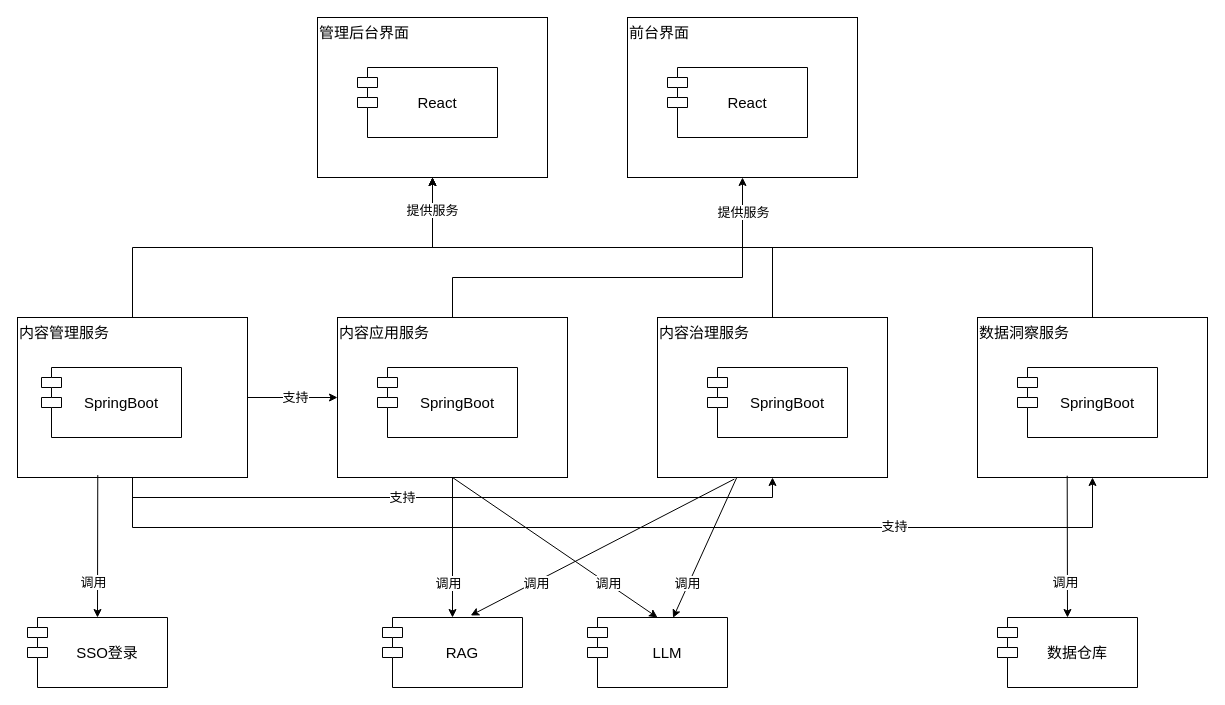
This is page "开发视图" (9 of 19) of figure/figures.drawio from jqq04/nju-thesis-2026, a draw.io file, before an edit. Source tidied: cells renumbered, new cells numbered last; positions are measured from the earlier drawing's top-left corner, leaving out a move shared by most shapes. Both pictures are drawn from the tidied source at 100%, with x=0, y=0 at pixel (17, 17).
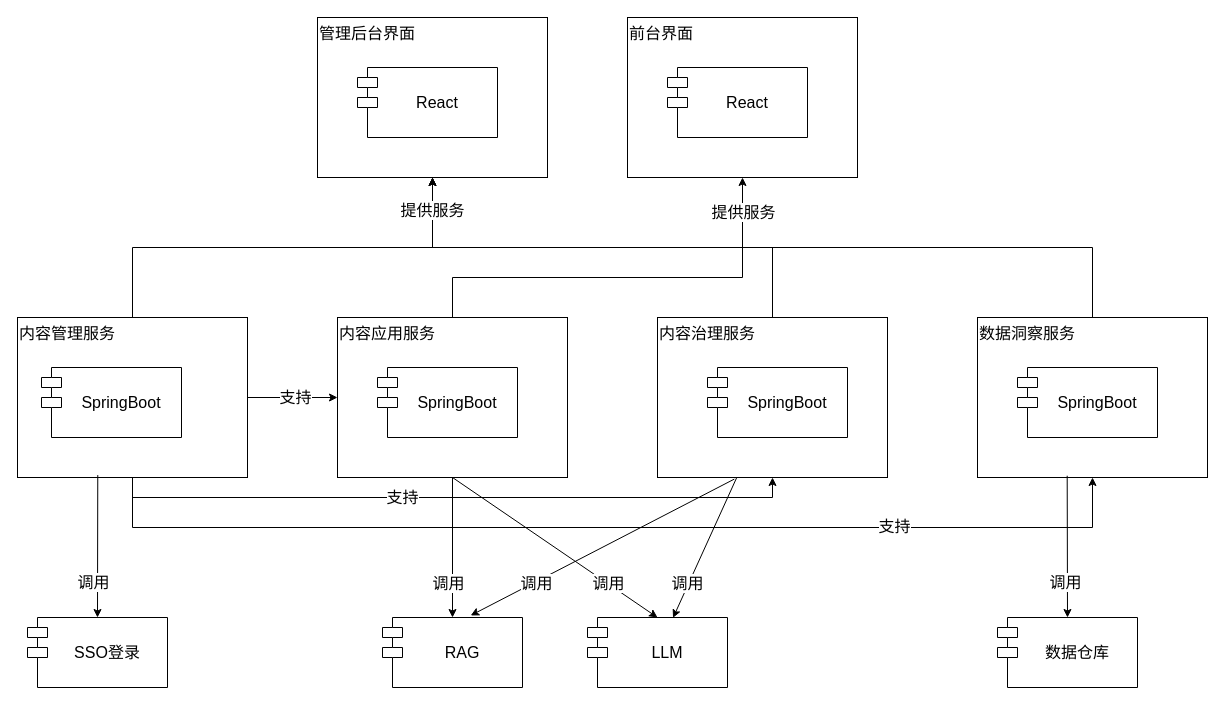
After the change.

Diff of the diagram source:
```diff
@@
-    <mxCell id="2" value="管理后台界面" style="rounded=0;whiteSpace=wrap;html=1;align=left;verticalAlign=top;fontSize=15;" parent="1" vertex="1">
+    <mxCell id="2" value="管理后台界面" style="rounded=0;whiteSpace=wrap;html=1;align=left;verticalAlign=top;fontSize=16;" parent="1" vertex="1">
       <mxGeometry x="300" width="230" height="160" as="geometry" />
     </mxCell>
-    <mxCell id="3" value="&lt;font style=&quot;font-size: 15px;&quot;&gt;React&lt;/font&gt;" style="shape=module;align=left;spacingLeft=20;align=center;verticalAlign=middle;whiteSpace=wrap;html=1;" parent="1" vertex="1">
+    <mxCell id="3" value="&lt;font&gt;React&lt;/font&gt;" style="shape=module;align=left;spacingLeft=20;align=center;verticalAlign=middle;whiteSpace=wrap;html=1;fontSize=16;" parent="1" vertex="1">
       <mxGeometry x="340" y="50" width="140" height="70" as="geometry" />
     </mxCell>
-    <mxCell id="4" value="前台界面" style="rounded=0;whiteSpace=wrap;html=1;align=left;verticalAlign=top;fontSize=15;" parent="1" vertex="1">
+    <mxCell id="4" value="前台界面" style="rounded=0;whiteSpace=wrap;html=1;align=left;verticalAlign=top;fontSize=16;" parent="1" vertex="1">
       <mxGeometry x="610" width="230" height="160" as="geometry" />
     </mxCell>
-    <mxCell id="5" value="&lt;font style=&quot;font-size: 15px;&quot;&gt;React&lt;/font&gt;" style="shape=module;align=left;spacingLeft=20;align=center;verticalAlign=middle;whiteSpace=wrap;html=1;" parent="1" vertex="1">
+    <mxCell id="5" value="&lt;font&gt;React&lt;/font&gt;" style="shape=module;align=left;spacingLeft=20;align=center;verticalAlign=middle;whiteSpace=wrap;html=1;fontSize=16;" parent="1" vertex="1">
       <mxGeometry x="650" y="50" width="140" height="70" as="geometry" />
     </mxCell>
-    <mxCell id="6" style="edgeStyle=orthogonalEdgeStyle;rounded=0;jettySize=auto;html=1;exitX=0.5;exitY=0;exitDx=0;exitDy=0;" parent="1" edge="1" source="13" target="2">
+    <mxCell id="6" style="edgeStyle=orthogonalEdgeStyle;rounded=0;jettySize=auto;html=1;exitX=0.5;exitY=0;exitDx=0;exitDy=0;fontSize=16;" parent="1" edge="1" source="13" target="2">
       <mxGeometry relative="1" as="geometry" />
     </mxCell>
-    <mxCell id="7" style="edgeStyle=orthogonalEdgeStyle;rounded=0;jettySize=auto;html=1;entryX=0;entryY=0.5;entryDx=0;entryDy=0;" parent="1" edge="1" source="13" target="22">
+    <mxCell id="7" style="edgeStyle=orthogonalEdgeStyle;rounded=0;jettySize=auto;html=1;entryX=0;entryY=0.5;entryDx=0;entryDy=0;fontSize=16;" parent="1" edge="1" source="13" target="22">
       <mxGeometry relative="1" as="geometry" />
     </mxCell>
-    <mxCell id="8" value="支持" style="edgeLabel;html=1;align=center;verticalAlign=middle;fontSize=13;" parent="7" vertex="1">
+    <mxCell id="8" value="支持" style="edgeLabel;html=1;align=center;verticalAlign=middle;fontSize=16;" parent="7" vertex="1">
       <mxGeometry x="0.04" y="1" relative="1" as="geometry" />
     </mxCell>
-    <mxCell id="9" style="edgeStyle=orthogonalEdgeStyle;rounded=0;jettySize=auto;html=1;entryX=0.5;entryY=1;entryDx=0;entryDy=0;fontSize=13;" parent="1" edge="1" source="13" target="25">
+    <mxCell id="9" style="edgeStyle=orthogonalEdgeStyle;rounded=0;jettySize=auto;html=1;entryX=0.5;entryY=1;entryDx=0;entryDy=0;fontSize=16;" parent="1" edge="1" source="13" target="25">
       <mxGeometry relative="1" as="geometry">
         <Array as="points">
           <mxPoint x="115" y="480" />
           <mxPoint x="755" y="480" />
         </Array>
       </mxGeometry>
     </mxCell>
-    <mxCell id="10" value="支持" style="edgeLabel;html=1;align=center;verticalAlign=middle;fontSize=13;" parent="9" vertex="1">
+    <mxCell id="10" value="支持" style="edgeLabel;html=1;align=center;verticalAlign=middle;fontSize=16;" parent="9" vertex="1">
       <mxGeometry x="-0.15" y="1" relative="1" as="geometry" />
     </mxCell>
-    <mxCell id="11" style="edgeStyle=orthogonalEdgeStyle;rounded=0;jettySize=auto;html=1;entryX=0.5;entryY=1;entryDx=0;entryDy=0;" parent="1" edge="1" source="13" target="29">
+    <mxCell id="11" style="edgeStyle=orthogonalEdgeStyle;rounded=0;jettySize=auto;html=1;entryX=0.5;entryY=1;entryDx=0;entryDy=0;fontSize=16;" parent="1" edge="1" source="13" target="29">
       <mxGeometry relative="1" as="geometry">
         <Array as="points">
           <mxPoint x="115" y="510" />
           <mxPoint x="1075" y="510" />
         </Array>
       </mxGeometry>
     </mxCell>
-    <mxCell id="12" value="支持" style="edgeLabel;html=1;align=center;verticalAlign=middle;fontSize=13;" parent="11" vertex="1">
+    <mxCell id="12" value="支持" style="edgeLabel;html=1;align=center;verticalAlign=middle;fontSize=16;" parent="11" vertex="1">
       <mxGeometry x="0.53" y="2" relative="1" as="geometry" />
     </mxCell>
-    <mxCell id="13" value="内容管理服务" style="rounded=0;whiteSpace=wrap;html=1;align=left;verticalAlign=top;fontSize=15;" parent="1" vertex="1">
+    <mxCell id="13" value="内容管理服务" style="rounded=0;whiteSpace=wrap;html=1;align=left;verticalAlign=top;fontSize=16;" parent="1" vertex="1">
       <mxGeometry y="300" width="230" height="160" as="geometry" />
     </mxCell>
-    <mxCell id="14" value="&lt;span style=&quot;font-size: 15px;&quot;&gt;SpringBoot&lt;/span&gt;" style="shape=module;align=left;spacingLeft=20;align=center;verticalAlign=middle;whiteSpace=wrap;html=1;" parent="1" vertex="1">
+    <mxCell id="14" value="&lt;span&gt;SpringBoot&lt;/span&gt;" style="shape=module;align=left;spacingLeft=20;align=center;verticalAlign=middle;whiteSpace=wrap;html=1;fontSize=16;" parent="1" vertex="1">
       <mxGeometry x="24" y="350" width="140" height="70" as="geometry" />
     </mxCell>
-    <mxCell id="15" style="edgeStyle=orthogonalEdgeStyle;rounded=0;jettySize=auto;html=1;" parent="1" edge="1" source="22" target="4">
+    <mxCell id="15" style="edgeStyle=orthogonalEdgeStyle;rounded=0;jettySize=auto;html=1;fontSize=16;" parent="1" edge="1" source="22" target="4">
       <mxGeometry relative="1" as="geometry">
         <Array as="points">
           <mxPoint x="435" y="260" />
           <mxPoint x="725" y="260" />
         </Array>
       </mxGeometry>
     </mxCell>
-    <mxCell id="16" style="edgeLabel;html=1;align=center;verticalAlign=middle;" parent="15" vertex="1">
-      <mxGeometry x="0.85" relative="1" as="geometry" />
-    </mxCell>
-    <mxCell id="17" value="提供服务" style="edgeLabel;html=1;align=center;verticalAlign=middle;fontSize=13;" parent="15" vertex="1">
+    <mxCell id="17" value="提供服务" style="edgeLabel;html=1;align=center;verticalAlign=middle;fontSize=16;" parent="15" vertex="1">
       <mxGeometry x="0.84" relative="1" as="geometry" />
     </mxCell>
-    <mxCell id="18" style="rounded=0;jettySize=auto;html=1;" parent="1" edge="1" source="22" target="31">
+    <mxCell id="18" style="rounded=0;jettySize=auto;html=1;fontSize=16;" parent="1" edge="1" source="22" target="31">
       <mxGeometry relative="1" as="geometry" />
     </mxCell>
-    <mxCell id="19" value="&lt;font style=&quot;font-size: 13px;&quot;&gt;调用&lt;/font&gt;" style="edgeLabel;html=1;align=center;verticalAlign=middle;" parent="18" vertex="1">
+    <mxCell id="19" value="&lt;font&gt;调用&lt;/font&gt;" style="edgeLabel;html=1;align=center;verticalAlign=middle;fontSize=16;" parent="18" vertex="1">
       <mxGeometry x="0.29" y="-3" relative="1" as="geometry">
         <mxPoint x="-2" y="15" as="offset" />
       </mxGeometry>
     </mxCell>
-    <mxCell id="20" style="rounded=0;jettySize=auto;html=1;exitX=0.5;exitY=1;exitDx=0;exitDy=0;entryX=0.5;entryY=0;entryDx=0;entryDy=0;" parent="1" edge="1" source="22" target="32">
+    <mxCell id="20" style="rounded=0;jettySize=auto;html=1;exitX=0.5;exitY=1;exitDx=0;exitDy=0;entryX=0.5;entryY=0;entryDx=0;entryDy=0;fontSize=16;" parent="1" edge="1" source="22" target="32">
       <mxGeometry relative="1" as="geometry" />
     </mxCell>
-    <mxCell id="21" value="调用" style="edgeLabel;html=1;align=center;verticalAlign=middle;fontSize=13;" parent="20" vertex="1">
+    <mxCell id="21" value="调用" style="edgeLabel;html=1;align=center;verticalAlign=middle;fontSize=16;" parent="20" vertex="1">
       <mxGeometry x="0.11" y="-1" relative="1" as="geometry">
         <mxPoint x="42" y="27" as="offset" />
       </mxGeometry>
     </mxCell>
-    <mxCell id="22" value="内容应用服务" style="rounded=0;whiteSpace=wrap;html=1;align=left;verticalAlign=top;fontSize=15;" parent="1" vertex="1">
+    <mxCell id="22" value="内容应用服务" style="rounded=0;whiteSpace=wrap;html=1;align=left;verticalAlign=top;fontSize=16;" parent="1" vertex="1">
       <mxGeometry x="320" y="300" width="230" height="160" as="geometry" />
     </mxCell>
-    <mxCell id="23" value="&lt;span style=&quot;font-size: 15px;&quot;&gt;SpringBoot&lt;/span&gt;" style="shape=module;align=left;spacingLeft=20;align=center;verticalAlign=middle;whiteSpace=wrap;html=1;" parent="1" vertex="1">
+    <mxCell id="23" value="&lt;span&gt;SpringBoot&lt;/span&gt;" style="shape=module;align=left;spacingLeft=20;align=center;verticalAlign=middle;whiteSpace=wrap;html=1;fontSize=16;" parent="1" vertex="1">
       <mxGeometry x="360" y="350" width="140" height="70" as="geometry" />
     </mxCell>
-    <mxCell id="24" style="edgeStyle=orthogonalEdgeStyle;rounded=0;jettySize=auto;html=1;entryX=0.5;entryY=1;entryDx=0;entryDy=0;" parent="1" edge="1" source="25" target="2">
+    <mxCell id="24" style="edgeStyle=orthogonalEdgeStyle;rounded=0;jettySize=auto;html=1;entryX=0.5;entryY=1;entryDx=0;entryDy=0;fontSize=16;" parent="1" edge="1" source="25" target="2">
       <mxGeometry relative="1" as="geometry">
         <Array as="points">
           <mxPoint x="755" y="230" />
           <mxPoint x="415" y="230" />
         </Array>
       </mxGeometry>
     </mxCell>
-    <mxCell id="25" value="内容治理服务" style="rounded=0;whiteSpace=wrap;html=1;align=left;verticalAlign=top;fontSize=15;" parent="1" vertex="1">
+    <mxCell id="25" value="内容治理服务" style="rounded=0;whiteSpace=wrap;html=1;align=left;verticalAlign=top;fontSize=16;" parent="1" vertex="1">
       <mxGeometry x="640" y="300" width="230" height="160" as="geometry" />
     </mxCell>
-    <mxCell id="26" value="&lt;span style=&quot;font-size: 15px;&quot;&gt;SpringBoot&lt;/span&gt;" style="shape=module;align=left;spacingLeft=20;align=center;verticalAlign=middle;whiteSpace=wrap;html=1;" parent="1" vertex="1">
+    <mxCell id="26" value="&lt;span&gt;SpringBoot&lt;/span&gt;" style="shape=module;align=left;spacingLeft=20;align=center;verticalAlign=middle;whiteSpace=wrap;html=1;fontSize=16;" parent="1" vertex="1">
       <mxGeometry x="690" y="350" width="140" height="70" as="geometry" />
     </mxCell>
-    <mxCell id="27" style="edgeStyle=orthogonalEdgeStyle;rounded=0;jettySize=auto;html=1;entryX=0.5;entryY=1;entryDx=0;entryDy=0;" parent="1" edge="1" source="29" target="2">
+    <mxCell id="27" style="edgeStyle=orthogonalEdgeStyle;rounded=0;jettySize=auto;html=1;entryX=0.5;entryY=1;entryDx=0;entryDy=0;fontSize=16;" parent="1" edge="1" source="29" target="2">
       <mxGeometry relative="1" as="geometry">
         <Array as="points">
           <mxPoint x="1075" y="230" />
           <mxPoint x="415" y="230" />
         </Array>
       </mxGeometry>
     </mxCell>
-    <mxCell id="28" value="提供服务" style="edgeLabel;html=1;align=center;verticalAlign=middle;fontSize=13;" parent="27" vertex="1">
+    <mxCell id="28" value="提供服务" style="edgeLabel;html=1;align=center;verticalAlign=middle;fontSize=16;" parent="27" vertex="1">
       <mxGeometry x="0.92" y="1" relative="1" as="geometry" />
     </mxCell>
-    <mxCell id="29" value="数据洞察服务" style="rounded=0;whiteSpace=wrap;html=1;align=left;verticalAlign=top;fontSize=15;" parent="1" vertex="1">
+    <mxCell id="29" value="数据洞察服务" style="rounded=0;whiteSpace=wrap;html=1;align=left;verticalAlign=top;fontSize=16;" parent="1" vertex="1">
       <mxGeometry x="960" y="300" width="230" height="160" as="geometry" />
     </mxCell>
-    <mxCell id="30" value="&lt;span style=&quot;font-size: 15px;&quot;&gt;SpringBoot&lt;/span&gt;" style="shape=module;align=left;spacingLeft=20;align=center;verticalAlign=middle;whiteSpace=wrap;html=1;" parent="1" vertex="1">
+    <mxCell id="30" value="&lt;span&gt;SpringBoot&lt;/span&gt;" style="shape=module;align=left;spacingLeft=20;align=center;verticalAlign=middle;whiteSpace=wrap;html=1;fontSize=16;" parent="1" vertex="1">
       <mxGeometry x="1000" y="350" width="140" height="70" as="geometry" />
     </mxCell>
-    <mxCell id="31" value="RAG" style="shape=module;align=left;spacingLeft=20;align=center;verticalAlign=middle;whiteSpace=wrap;html=1;fontSize=15;" parent="1" vertex="1">
+    <mxCell id="31" value="RAG" style="shape=module;align=left;spacingLeft=20;align=center;verticalAlign=middle;whiteSpace=wrap;html=1;fontSize=16;" parent="1" vertex="1">
       <mxGeometry x="365" y="600" width="140" height="70" as="geometry" />
     </mxCell>
-    <mxCell id="32" value="LLM" style="shape=module;align=left;spacingLeft=20;align=center;verticalAlign=middle;whiteSpace=wrap;html=1;fontSize=15;" parent="1" vertex="1">
+    <mxCell id="32" value="LLM" style="shape=module;align=left;spacingLeft=20;align=center;verticalAlign=middle;whiteSpace=wrap;html=1;fontSize=16;" parent="1" vertex="1">
       <mxGeometry x="570" y="600" width="140" height="70" as="geometry" />
     </mxCell>
-    <mxCell id="33" style="endArrow=classic;html=1;rounded=0;exitX=0.334;exitY=1.01;exitDx=0;exitDy=0;exitPerimeter=0;entryX=0.63;entryY=-0.029;entryDx=0;entryDy=0;entryPerimeter=0;" parent="1" edge="1" source="25" target="31">
+    <mxCell id="33" style="endArrow=classic;html=1;rounded=0;exitX=0.334;exitY=1.01;exitDx=0;exitDy=0;exitPerimeter=0;entryX=0.63;entryY=-0.029;entryDx=0;entryDy=0;entryPerimeter=0;fontSize=16;" parent="1" edge="1" source="25" target="31">
       <mxGeometry relative="1" as="geometry" />
     </mxCell>
-    <mxCell id="34" value="调用" style="edgeLabel;html=1;align=center;verticalAlign=middle;fontSize=13;" parent="33" vertex="1">
+    <mxCell id="34" value="调用" style="edgeLabel;html=1;align=center;verticalAlign=middle;fontSize=16;" parent="33" vertex="1">
       <mxGeometry x="0.5" relative="1" as="geometry">
         <mxPoint y="1" as="offset" />
       </mxGeometry>
     </mxCell>
-    <mxCell id="35" style="endArrow=classic;html=1;rounded=0;exitX=0.344;exitY=1.002;exitDx=0;exitDy=0;exitPerimeter=0;entryX=0.611;entryY=0.005;entryDx=0;entryDy=0;entryPerimeter=0;" parent="1" edge="1" source="25" target="32">
+    <mxCell id="35" style="endArrow=classic;html=1;rounded=0;exitX=0.344;exitY=1.002;exitDx=0;exitDy=0;exitPerimeter=0;entryX=0.611;entryY=0.005;entryDx=0;entryDy=0;entryPerimeter=0;fontSize=16;" parent="1" edge="1" source="25" target="32">
       <mxGeometry relative="1" as="geometry" />
     </mxCell>
-    <mxCell id="36" value="&lt;font style=&quot;font-size: 13px;&quot;&gt;调用&lt;/font&gt;" style="edgeLabel;html=1;align=center;verticalAlign=middle;" parent="35" vertex="1">
+    <mxCell id="36" value="&lt;font&gt;调用&lt;/font&gt;" style="edgeLabel;html=1;align=center;verticalAlign=middle;fontSize=16;" parent="35" vertex="1">
       <mxGeometry x="0.56" y="-1" relative="1" as="geometry">
         <mxPoint x="1" y="-4" as="offset" />
       </mxGeometry>
     </mxCell>
-    <mxCell id="37" value="数据仓库" style="shape=module;align=left;spacingLeft=20;align=center;verticalAlign=middle;whiteSpace=wrap;html=1;fontSize=15;" parent="1" vertex="1">
+    <mxCell id="37" value="数据仓库" style="shape=module;align=left;spacingLeft=20;align=center;verticalAlign=middle;whiteSpace=wrap;html=1;fontSize=16;" parent="1" vertex="1">
       <mxGeometry x="980" y="600" width="140" height="70" as="geometry" />
     </mxCell>
-    <mxCell id="38" style="endArrow=classic;html=1;rounded=0;exitX=0.39;exitY=0.989;exitDx=0;exitDy=0;exitPerimeter=0;entryX=0.5;entryY=0;entryDx=0;entryDy=0;" parent="1" edge="1" source="29" target="37">
+    <mxCell id="38" style="endArrow=classic;html=1;rounded=0;exitX=0.39;exitY=0.989;exitDx=0;exitDy=0;exitPerimeter=0;entryX=0.5;entryY=0;entryDx=0;entryDy=0;fontSize=16;" parent="1" edge="1" source="29" target="37">
       <mxGeometry relative="1" as="geometry" />
     </mxCell>
-    <mxCell id="39" value="&lt;font style=&quot;font-size: 13px;&quot;&gt;调用&lt;/font&gt;" style="edgeLabel;html=1;align=center;verticalAlign=middle;" parent="38" vertex="1">
+    <mxCell id="39" value="&lt;font&gt;调用&lt;/font&gt;" style="edgeLabel;html=1;align=center;verticalAlign=middle;fontSize=16;" parent="38" vertex="1">
       <mxGeometry x="0.46" y="1" relative="1" as="geometry">
         <mxPoint x="-3" y="3" as="offset" />
       </mxGeometry>
     </mxCell>
-    <mxCell id="40" value="SSO登录" style="shape=module;align=left;spacingLeft=20;align=center;verticalAlign=middle;whiteSpace=wrap;html=1;fontSize=15;" parent="1" vertex="1">
+    <mxCell id="40" value="SSO登录" style="shape=module;align=left;spacingLeft=20;align=center;verticalAlign=middle;whiteSpace=wrap;html=1;fontSize=16;" parent="1" vertex="1">
       <mxGeometry x="10" y="600" width="140" height="70" as="geometry" />
     </mxCell>
-    <mxCell id="41" style="rounded=0;jettySize=auto;html=1;exitX=0.349;exitY=0.985;exitDx=0;exitDy=0;exitPerimeter=0;entryX=0.5;entryY=0;entryDx=0;entryDy=0;" parent="1" edge="1" source="13" target="40">
+    <mxCell id="41" style="rounded=0;jettySize=auto;html=1;exitX=0.349;exitY=0.985;exitDx=0;exitDy=0;exitPerimeter=0;entryX=0.5;entryY=0;entryDx=0;entryDy=0;fontSize=16;" parent="1" edge="1" source="13" target="40">
       <mxGeometry relative="1" as="geometry" />
     </mxCell>
-    <mxCell id="42" value="&lt;font style=&quot;font-size: 13px;&quot;&gt;调用&lt;/font&gt;" style="edgeLabel;html=1;align=center;verticalAlign=middle;" parent="41" vertex="1">
+    <mxCell id="42" value="&lt;font&gt;调用&lt;/font&gt;" style="edgeLabel;html=1;align=center;verticalAlign=middle;fontSize=16;" parent="41" vertex="1">
       <mxGeometry x="0.29" y="-3" relative="1" as="geometry">
         <mxPoint x="-2" y="15" as="offset" />
       </mxGeometry>
     </mxCell>
```
